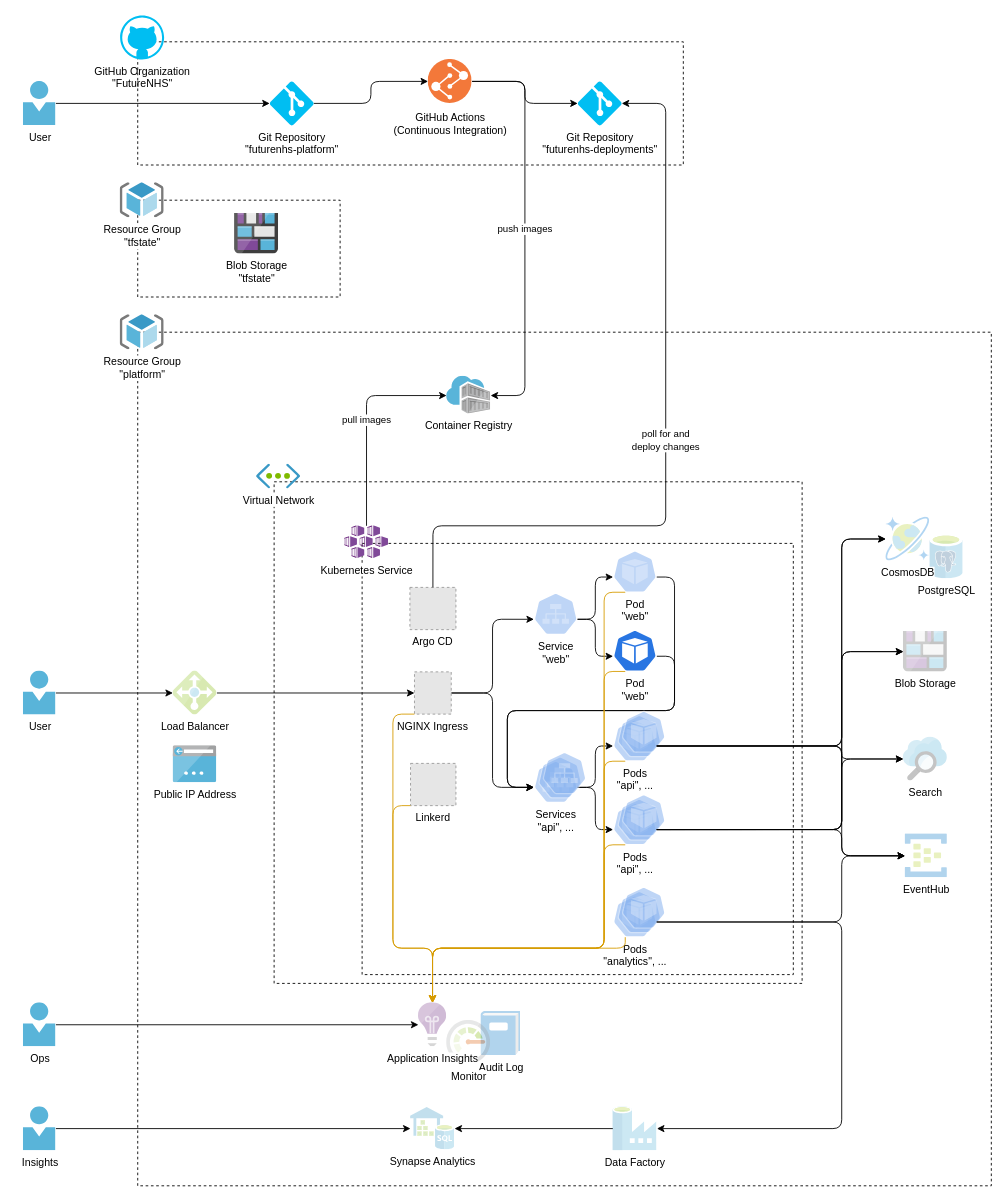
Above: docs/architecture/high-level.drawio in FutureNHS/platform (draw.io), before the change. Source tidied: cells renumbered, new cells numbered last; positions are measured from the earlier drawing's top-left corner, leaving out a move shared by most shapes. Both pictures are drawn from the tidied source at 88%, with x=0, y=0 at pixel (23, 15). Pictures stored in the file or linked from it are replaced by grey dashed boxes.
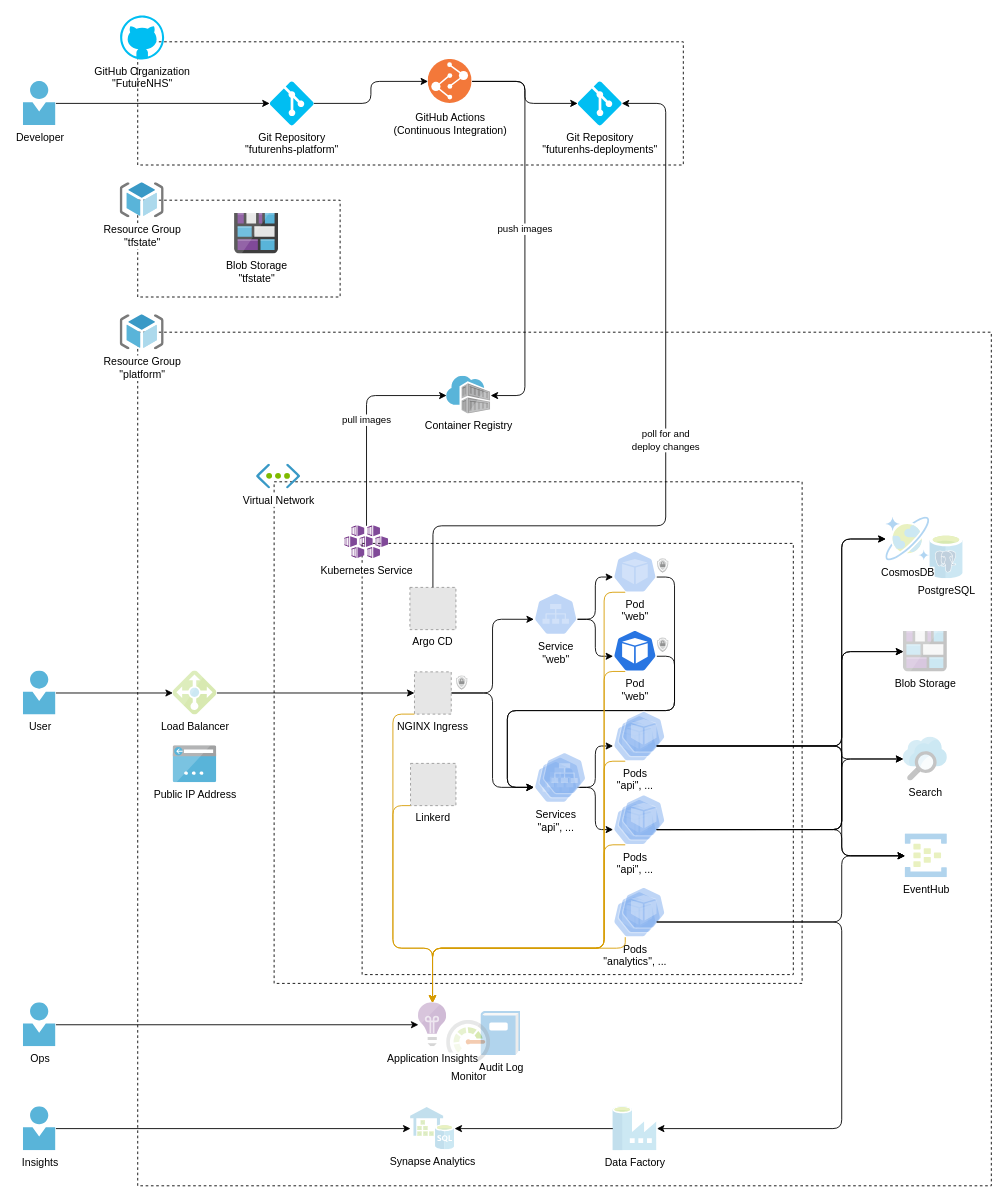
After the change.

Unchanged cells that the change refers to:
```xml
<mxCell id="7" style="group;" parent="4" vertex="1">
  <mxGeometry x="100" y="70" width="510" height="510" as="geometry" />
</mxCell>
```

What changed in the source:
```diff
@@
+    <mxCell id="92" style="dashed=0;verticalLabelPosition=bottom;verticalAlign=top;align=center;html=1;shape=mxgraph.aws3.ssl_padlock;fillColor=#D2D3D3;gradientColor=none;" parent="7" vertex="1">
+      <mxGeometry x="126.6" y="170" width="13" height="16.1" as="geometry" />
+    </mxCell>
+    <mxCell id="93" style="dashed=0;verticalLabelPosition=bottom;verticalAlign=top;align=center;html=1;shape=mxgraph.aws3.ssl_padlock;fillColor=#D2D3D3;gradientColor=none;" parent="7" vertex="1">
+      <mxGeometry x="355" y="37" width="13" height="16.1" as="geometry" />
+    </mxCell>
+    <mxCell id="94" style="dashed=0;verticalLabelPosition=bottom;verticalAlign=top;align=center;html=1;shape=mxgraph.aws3.ssl_padlock;fillColor=#D2D3D3;gradientColor=none;" parent="7" vertex="1">
+      <mxGeometry x="355" y="127" width="13" height="16.1" as="geometry" />
+    </mxCell>
@@
-    <mxCell id="89" value="User" style="html=1;points=[];align=center;image;fontSize=12;image=img/lib/mscae/Person.svg;" parent="1" vertex="1">
+    <mxCell id="89" value="Developer" style="html=1;points=[];align=center;image;fontSize=12;image=img/lib/mscae/Person.svg;" parent="1" vertex="1">
       <mxGeometry y="75" width="37" height="50" as="geometry" />
     </mxCell>
```
